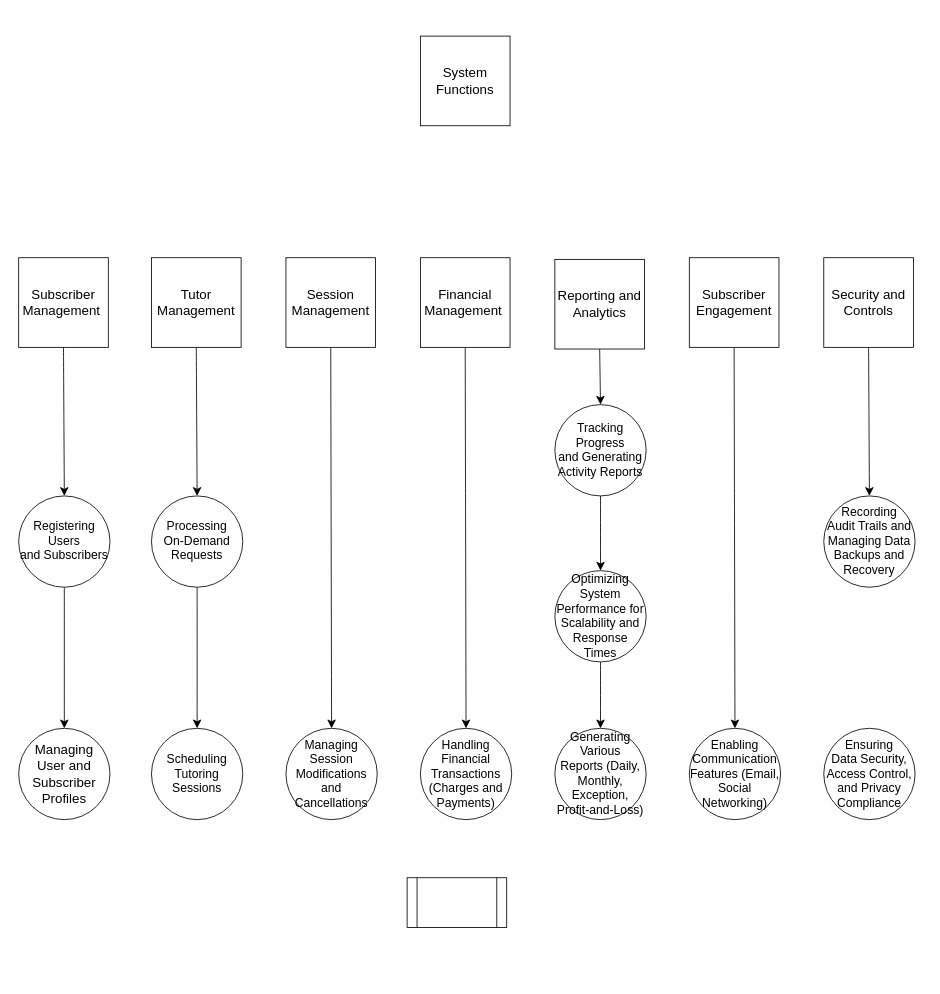
Before: page "DFD" (1 of 4) of Untitled Diagram.drawio in MarvellousO/CMSC-203, a draw.io diagram. Source tidied: cells renumbered, new cells numbered last; positions are measured from the earlier drawing's top-left corner, leaving out a move shared by most shapes. Both pictures are drawn from the tidied source at 83%, with x=0, y=0 at pixel (18, 36).
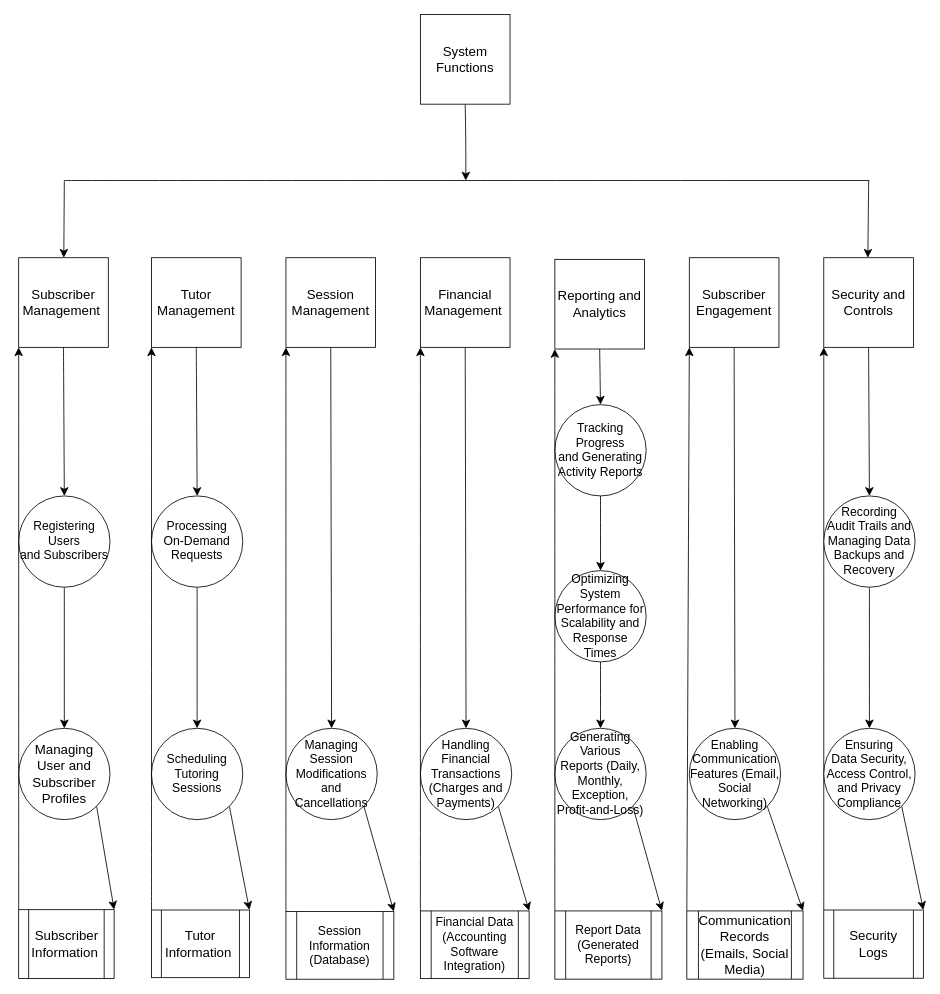
After the change.

Unchanged cells that the change refers to:
```xml
<mxCell id="3" value="Subscriber Management&amp;nbsp;" style="whiteSpace=wrap;html=1;fontSize=16;" parent="1" vertex="1">
  <mxGeometry y="267" width="108" height="108" as="geometry" />
</mxCell>
<mxCell id="7" value="Financial Management&amp;nbsp;" style="whiteSpace=wrap;html=1;fontSize=16;" parent="1" vertex="1">
  <mxGeometry x="484" y="267" width="108" height="108" as="geometry" />
</mxCell>
<mxCell id="9" value="Tutor Management" style="whiteSpace=wrap;html=1;fontSize=16;" parent="1" vertex="1">
  <mxGeometry x="160" y="267" width="108" height="108" as="geometry" />
</mxCell>
<mxCell id="11" value="Session Management" style="whiteSpace=wrap;html=1;fontSize=16;" parent="1" vertex="1">
  <mxGeometry x="322" y="267" width="108" height="108" as="geometry" />
</mxCell>
<mxCell id="13" value="Reporting and Analytics" style="whiteSpace=wrap;html=1;fontSize=16;" parent="1" vertex="1">
  <mxGeometry x="646" y="269" width="108" height="108" as="geometry" />
</mxCell>
<mxCell id="15" value="Subscriber Engagement" style="whiteSpace=wrap;html=1;fontSize=16;" parent="1" vertex="1">
  <mxGeometry x="808" y="267" width="108" height="108" as="geometry" />
</mxCell>
<mxCell id="17" value="Security and Controls" style="whiteSpace=wrap;html=1;fontSize=16;" parent="1" vertex="1">
  <mxGeometry x="970" y="267" width="108" height="108" as="geometry" />
</mxCell>
<mxCell id="18" value="Managing&lt;br/&gt;User and Subscriber Profiles" style="ellipse;whiteSpace=wrap;html=1;fontSize=16;" parent="1" vertex="1">
  <mxGeometry y="834" width="110" height="110" as="geometry" />
</mxCell>
<mxCell id="19" value="&lt;p style=&quot;margin:0in;font-family:Calibri;font-size:11.0pt&quot;&gt;Scheduling Tutoring&lt;br/&gt;Sessions&lt;/p&gt;" style="ellipse;whiteSpace=wrap;html=1;fontSize=16;" parent="1" vertex="1">
  <mxGeometry x="160" y="834" width="110" height="110" as="geometry" />
</mxCell>
<mxCell id="22" value="&lt;p style=&quot;margin:0in;font-family:Calibri;font-size:11.0pt&quot;&gt;Managing Session&lt;br/&gt;Modifications and Cancellations&lt;/p&gt;" style="ellipse;whiteSpace=wrap;html=1;fontSize=16;" parent="1" vertex="1">
  <mxGeometry x="322" y="834" width="110" height="110" as="geometry" />
</mxCell>
<mxCell id="23" value="&lt;p style=&quot;margin:0in;font-family:Calibri;font-size:11.0pt&quot;&gt;Handling Financial&lt;br/&gt;Transactions (Charges and Payments)&lt;/p&gt;" style="ellipse;whiteSpace=wrap;html=1;fontSize=16;" parent="1" vertex="1">
  <mxGeometry x="484" y="834" width="110" height="110" as="geometry" />
</mxCell>
<mxCell id="24" value="&lt;p style=&quot;margin:0in;font-family:Calibri;font-size:11.0pt&quot;&gt;Generating Various&lt;br/&gt;Reports (Daily, Monthly, Exception, Profit-and-Loss)&lt;/p&gt;" style="ellipse;whiteSpace=wrap;html=1;fontSize=16;" parent="1" vertex="1">
  <mxGeometry x="646" y="834" width="110" height="110" as="geometry" />
</mxCell>
<mxCell id="25" value="&lt;p style=&quot;margin:0in;font-family:Calibri;font-size:11.0pt&quot;&gt;Enabling&lt;br/&gt;Communication Features (Email, Social Networking)&lt;br&gt;&lt;/p&gt;" style="ellipse;whiteSpace=wrap;html=1;fontSize=16;" parent="1" vertex="1">
  <mxGeometry x="808" y="834" width="110" height="110" as="geometry" />
</mxCell>
<mxCell id="30" value="&lt;p style=&quot;margin:0in;font-family:Calibri;font-size:11.0pt&quot;&gt;Ensuring&lt;br/&gt;Data Security, Access Control, and Privacy Compliance&lt;br&gt;&lt;/p&gt;" style="ellipse;whiteSpace=wrap;html=1;fontSize=16;" parent="1" vertex="1">
  <mxGeometry x="970" y="834" width="110" height="110" as="geometry" />
</mxCell>
<mxCell id="31" value="&lt;p style=&quot;margin:0in;font-family:Calibri;font-size:11.0pt&quot;&gt;Recording&lt;br/&gt;Audit Trails and Managing Data Backups and Recovery&lt;br&gt;&lt;/p&gt;" style="ellipse;whiteSpace=wrap;html=1;fontSize=16;" parent="1" vertex="1">
  <mxGeometry x="970" y="554" width="110" height="110" as="geometry" />
</mxCell>
```

Diff of the diagram source:
```diff
@@
+    <mxCell id="35" style="edgeStyle=none;curved=1;rounded=0;jettySize=auto;html=1;exitX=0;exitY=0;exitDx=0;exitDy=0;entryX=0;entryY=1;entryDx=0;entryDy=0;fontSize=12;startSize=8;endSize=8;" parent="1" edge="1" source="4" target="17">
+      <mxGeometry relative="1" as="geometry" />
+    </mxCell>
-    <mxCell id="4" style="shape=process;whiteSpace=wrap;html=1;backgroundOutline=1;fontSize=16;" parent="1" vertex="1">
-      <mxGeometry x="468" y="1014" width="120" height="60" as="geometry" />
+    <mxCell id="4" value="Security Logs " style="shape=process;whiteSpace=wrap;html=1;backgroundOutline=1;fontSize=16;" parent="1" vertex="1">
+      <mxGeometry x="970" y="1052.9" width="120" height="82.2" as="geometry" />
     </mxCell>
+    <mxCell id="36" style="edgeStyle=none;curved=1;rounded=0;jettySize=auto;html=1;exitX=0.5;exitY=1;exitDx=0;exitDy=0;fontSize=12;startSize=8;endSize=8;" parent="1" edge="1" source="5">
+      <mxGeometry relative="1" as="geometry">
+        <mxPoint x="538.6" y="174" as="targetPoint" />
+        <Array as="points">
+          <mxPoint x="539" y="134" />
+        </Array>
+      </mxGeometry>
+    </mxCell>
     <mxCell id="5" value="System Functions" style="whiteSpace=wrap;html=1;fontSize=16;" parent="1" vertex="1">
-      <mxGeometry x="484" width="108" height="108" as="geometry" />
+      <mxGeometry x="484" y="-26" width="108" height="108" as="geometry" />
     </mxCell>
@@
+    <mxCell id="37" style="edgeStyle=none;curved=1;rounded=0;jettySize=auto;html=1;exitX=1;exitY=1;exitDx=0;exitDy=0;entryX=1;entryY=0;entryDx=0;entryDy=0;fontSize=12;startSize=8;endSize=8;" parent="1" edge="1" source="18" target="49">
+      <mxGeometry relative="1" as="geometry" />
+    </mxCell>
@@
+    <mxCell id="38" style="edgeStyle=none;curved=1;rounded=0;jettySize=auto;html=1;exitX=1;exitY=1;exitDx=0;exitDy=0;entryX=1;entryY=0;entryDx=0;entryDy=0;fontSize=12;startSize=8;endSize=8;" parent="1" edge="1" source="19" target="51">
+      <mxGeometry relative="1" as="geometry" />
+    </mxCell>
@@
+    <mxCell id="39" style="edgeStyle=none;curved=1;rounded=0;jettySize=auto;html=1;exitX=1;exitY=1;exitDx=0;exitDy=0;entryX=1;entryY=0;entryDx=0;entryDy=0;fontSize=12;startSize=8;endSize=8;" parent="1" edge="1" source="22" target="53">
+      <mxGeometry relative="1" as="geometry" />
+    </mxCell>
@@
+    <mxCell id="40" style="edgeStyle=none;curved=1;rounded=0;jettySize=auto;html=1;exitX=1;exitY=1;exitDx=0;exitDy=0;entryX=1;entryY=0;entryDx=0;entryDy=0;fontSize=12;startSize=8;endSize=8;" parent="1" edge="1" source="23" target="55">
+      <mxGeometry relative="1" as="geometry" />
+    </mxCell>
@@
+    <mxCell id="41" style="edgeStyle=none;curved=1;rounded=0;jettySize=auto;html=1;exitX=1;exitY=1;exitDx=0;exitDy=0;entryX=1;entryY=0;entryDx=0;entryDy=0;fontSize=12;startSize=8;endSize=8;" parent="1" edge="1" source="24" target="57">
+      <mxGeometry relative="1" as="geometry" />
+    </mxCell>
@@
+    <mxCell id="42" style="edgeStyle=none;curved=1;rounded=0;jettySize=auto;html=1;exitX=1;exitY=1;exitDx=0;exitDy=0;entryX=1;entryY=0;entryDx=0;entryDy=0;fontSize=12;startSize=8;endSize=8;" parent="1" edge="1" source="25" target="59">
+      <mxGeometry relative="1" as="geometry" />
+    </mxCell>
@@
+    <mxCell id="43" style="edgeStyle=none;curved=1;rounded=0;jettySize=auto;html=1;exitX=1;exitY=1;exitDx=0;exitDy=0;entryX=1;entryY=0;entryDx=0;entryDy=0;fontSize=12;startSize=8;endSize=8;" parent="1" edge="1" source="30" target="4">
+      <mxGeometry relative="1" as="geometry" />
+    </mxCell>
@@
+    <mxCell id="44" style="edgeStyle=none;curved=1;rounded=0;jettySize=auto;html=1;exitX=0.5;exitY=1;exitDx=0;exitDy=0;entryX=0.5;entryY=0;entryDx=0;entryDy=0;fontSize=12;startSize=8;endSize=8;" parent="1" edge="1" source="31" target="30">
+      <mxGeometry relative="1" as="geometry" />
+    </mxCell>
@@
+    <mxCell id="45" style="endArrow=none;html=1;rounded=0;fontSize=12;startSize=8;endSize=8;curved=1;" parent="1" edge="1">
+      <mxGeometry relative="1" as="geometry">
+        <mxPoint x="55" y="174" as="sourcePoint" />
+        <mxPoint x="1025" y="174" as="targetPoint" />
+      </mxGeometry>
+    </mxCell>
+    <mxCell id="46" style="endArrow=classic;html=1;rounded=0;fontSize=12;startSize=8;endSize=8;curved=1;" parent="1" edge="1" target="3">
+      <mxGeometry relative="1" as="geometry">
+        <mxPoint x="55" y="174" as="sourcePoint" />
+      </mxGeometry>
+    </mxCell>
+    <mxCell id="47" style="endArrow=classic;html=1;rounded=0;fontSize=12;startSize=8;endSize=8;curved=1;" parent="1" edge="1">
+      <mxGeometry relative="1" as="geometry">
+        <mxPoint x="1024.1" y="174" as="sourcePoint" />
+        <mxPoint x="1023.1" y="267" as="targetPoint" />
+      </mxGeometry>
+    </mxCell>
+    <mxCell id="48" style="edgeStyle=none;curved=1;rounded=0;jettySize=auto;html=1;exitX=0;exitY=0;exitDx=0;exitDy=0;entryX=0;entryY=1;entryDx=0;entryDy=0;fontSize=12;startSize=8;endSize=8;" parent="1" edge="1" source="49" target="3">
+      <mxGeometry relative="1" as="geometry" />
+    </mxCell>
+    <mxCell id="49" value="Subscriber Information&amp;nbsp;" style="shape=process;whiteSpace=wrap;html=1;backgroundOutline=1;fontSize=16;" parent="1" vertex="1">
+      <mxGeometry y="1052.5" width="115" height="83" as="geometry" />
+    </mxCell>
+    <mxCell id="50" style="edgeStyle=none;curved=1;rounded=0;jettySize=auto;html=1;exitX=0;exitY=0;exitDx=0;exitDy=0;entryX=0;entryY=1;entryDx=0;entryDy=0;fontSize=12;startSize=8;endSize=8;" parent="1" edge="1" source="51" target="9">
+      <mxGeometry relative="1" as="geometry" />
+    </mxCell>
+    <mxCell id="51" value="Tutor Information&amp;nbsp;" style="shape=process;whiteSpace=wrap;html=1;backgroundOutline=1;fontSize=16;" parent="1" vertex="1">
+      <mxGeometry x="160" y="1052.9" width="118" height="81.5" as="geometry" />
+    </mxCell>
+    <mxCell id="52" style="edgeStyle=none;curved=1;rounded=0;jettySize=auto;html=1;exitX=0;exitY=0;exitDx=0;exitDy=0;entryX=0;entryY=1;entryDx=0;entryDy=0;fontSize=12;startSize=8;endSize=8;" parent="1" edge="1" source="53" target="11">
+      <mxGeometry relative="1" as="geometry" />
+    </mxCell>
+    <mxCell id="53" value="&lt;p style=&quot;margin:0in;font-family:Calibri;font-size:11.0pt&quot;&gt;Session&lt;br/&gt;Information (Database)&lt;/p&gt;" style="shape=process;whiteSpace=wrap;html=1;backgroundOutline=1;fontSize=16;" parent="1" vertex="1">
+      <mxGeometry x="322" y="1054.8" width="130" height="81.5" as="geometry" />
+    </mxCell>
+    <mxCell id="54" style="edgeStyle=none;curved=1;rounded=0;jettySize=auto;html=1;exitX=0;exitY=0;exitDx=0;exitDy=0;entryX=0;entryY=1;entryDx=0;entryDy=0;fontSize=12;startSize=8;endSize=8;" parent="1" edge="1" source="55" target="7">
+      <mxGeometry relative="1" as="geometry" />
+    </mxCell>
+    <mxCell id="55" value="&lt;p style=&quot;margin:0in;font-family:Calibri;font-size:11.0pt&quot;&gt;Financial Data&lt;br/&gt;(Accounting Software Integration)&lt;/p&gt;" style="shape=process;whiteSpace=wrap;html=1;backgroundOutline=1;fontSize=16;" parent="1" vertex="1">
+      <mxGeometry x="484" y="1054" width="131" height="81.5" as="geometry" />
+    </mxCell>
+    <mxCell id="56" style="edgeStyle=none;curved=1;rounded=0;jettySize=auto;html=1;exitX=0;exitY=0;exitDx=0;exitDy=0;entryX=0;entryY=1;entryDx=0;entryDy=0;fontSize=12;startSize=8;endSize=8;" parent="1" edge="1" source="57" target="13">
+      <mxGeometry relative="1" as="geometry" />
+    </mxCell>
+    <mxCell id="57" value="&lt;p style=&quot;margin:0in;font-family:Calibri;font-size:11.0pt&quot;&gt;Report Data&lt;br/&gt;(Generated Reports)&lt;/p&gt;" style="shape=process;whiteSpace=wrap;html=1;backgroundOutline=1;fontSize=16;" parent="1" vertex="1">
+      <mxGeometry x="646" y="1054" width="129" height="82.2" as="geometry" />
+    </mxCell>
+    <mxCell id="58" style="edgeStyle=none;curved=1;rounded=0;jettySize=auto;html=1;exitX=0;exitY=0;exitDx=0;exitDy=0;entryX=0;entryY=1;entryDx=0;entryDy=0;fontSize=12;startSize=8;endSize=8;" parent="1" edge="1" source="59" target="15">
+      <mxGeometry relative="1" as="geometry" />
+    </mxCell>
+    <mxCell id="59" value="Communication&lt;br/&gt;Records (Emails, Social Media)" style="shape=process;whiteSpace=wrap;html=1;backgroundOutline=1;fontSize=16;" parent="1" vertex="1">
+      <mxGeometry x="805" y="1054" width="140" height="82.2" as="geometry" />
+    </mxCell>
```
